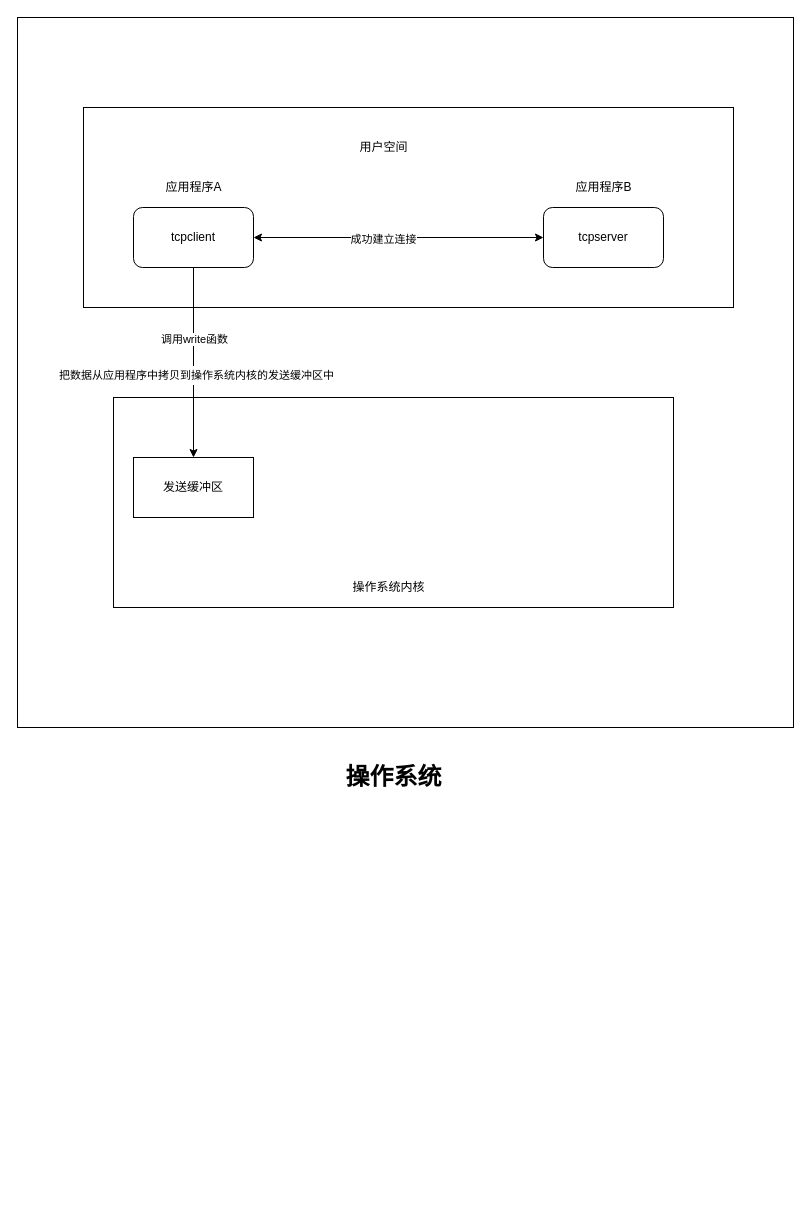
Before: drawio/network/套接字读写过程流程图.drawio in guitarock/my-pics, a draw.io diagram. Source tidied: cells renumbered, new cells numbered last; positions are measured from the earlier drawing's top-left corner, leaving out a move shared by most shapes. Both pictures are drawn from the tidied source at 100%, with x=0, y=0 at pixel (17, 17).
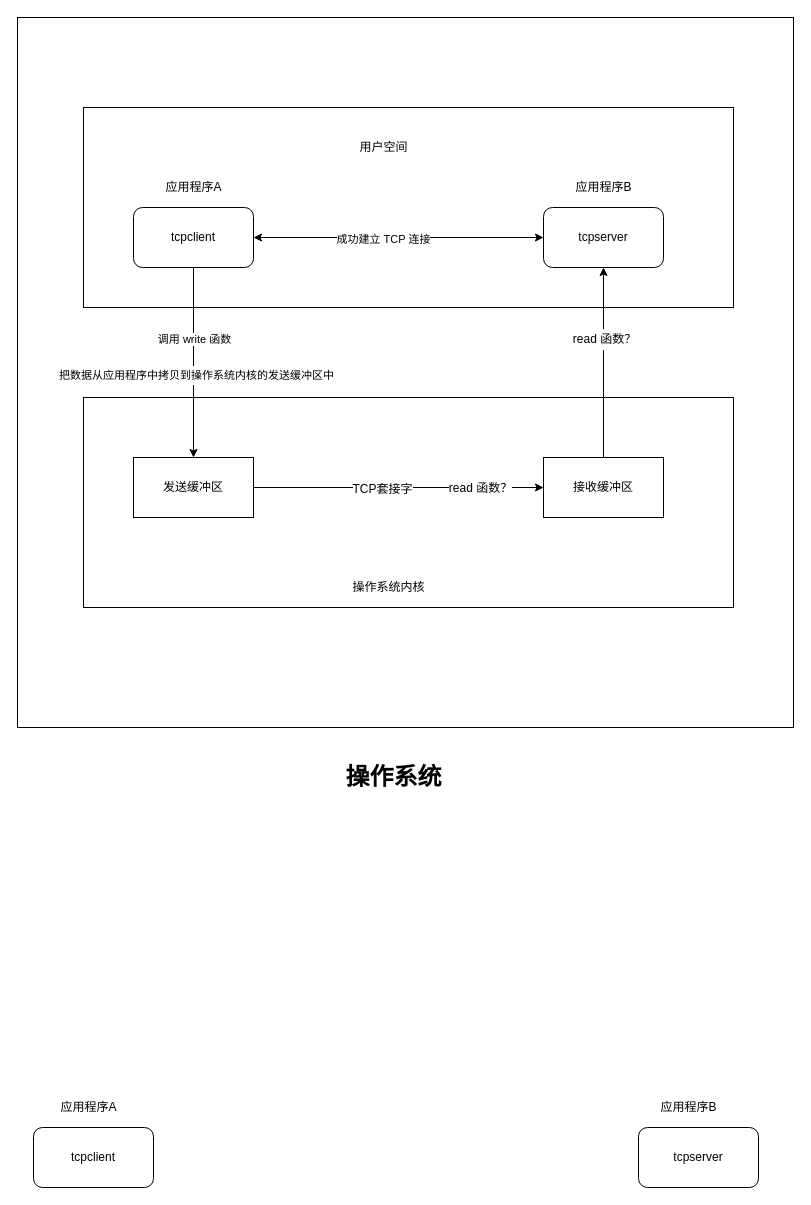
The same page after the edit.

Commit message:
更新套接字读写过程流程图.drawio

Unchanged cells that the change refers to:
```xml
<mxCell id="5" style="edgeStyle=orthogonalEdgeStyle;rounded=0;jettySize=auto;html=1;exitX=0.5;exitY=1;exitDx=0;exitDy=0;entryX=0.5;entryY=0;entryDx=0;entryDy=0;" parent="1" edge="1" source="9" target="12">
  <mxGeometry relative="1" as="geometry" />
</mxCell>
<mxCell id="10" value="tcpserver" style="rounded=1;whiteSpace=wrap;html=1;" parent="1" vertex="1">
  <mxGeometry x="526" y="190" width="120" height="60" as="geometry" />
</mxCell>
<mxCell id="12" value="发送缓冲区" style="rounded=0;whiteSpace=wrap;html=1;" parent="1" vertex="1">
  <mxGeometry x="116" y="440" width="120" height="60" as="geometry" />
</mxCell>
<mxCell id="15" style="endArrow=classic;startArrow=classic;html=1;rounded=0;entryX=0;entryY=0.5;entryDx=0;entryDy=0;" parent="1" edge="1" source="9" target="10">
  <mxGeometry relative="1" as="geometry" />
</mxCell>
```

What changed in the source:
```diff
@@
     <mxCell id="4" style="rounded=0;whiteSpace=wrap;html=1;" parent="1" vertex="1">
-      <mxGeometry x="96" y="380" width="560" height="210" as="geometry" />
+      <mxGeometry x="66" y="380" width="650" height="210" as="geometry" />
     </mxCell>
@@
-    <mxCell id="6" value="调用write函数" style="edgeLabel;html=1;align=center;verticalAlign=middle;" parent="5" vertex="1">
+    <mxCell id="6" value="调用 write 函数" style="edgeLabel;html=1;align=center;verticalAlign=middle;" parent="5" vertex="1">
       <mxGeometry x="-0.25" relative="1" as="geometry" />
     </mxCell>
@@
-    <mxCell id="16" value="成功建立连接" style="edgeLabel;html=1;align=center;verticalAlign=middle;" parent="15" vertex="1">
+    <mxCell id="16" value="成功建立 TCP 连接" style="edgeLabel;html=1;align=center;verticalAlign=middle;" parent="15" vertex="1">
       <mxGeometry x="-0.11" y="-1" relative="1" as="geometry" />
     </mxCell>
@@
+    <mxCell id="19" value="接收缓冲区" style="rounded=0;whiteSpace=wrap;html=1;" parent="1" vertex="1">
+      <mxGeometry x="526" y="440" width="120" height="60" as="geometry" />
+    </mxCell>
+    <mxCell id="20" style="endArrow=classic;html=1;rounded=0;entryX=0;entryY=0.5;entryDx=0;entryDy=0;exitX=1;exitY=0.5;exitDx=0;exitDy=0;" parent="1" edge="1" source="12" target="19">
+      <mxGeometry relative="1" as="geometry" />
+    </mxCell>
+    <mxCell id="21" value="&lt;div style=&quot;line-height: 1.75 ; text-align: left&quot;&gt;&lt;font style=&quot;font-size: 12px&quot;&gt;TCP套接字&lt;/font&gt;&lt;/div&gt;" style="edgeLabel;html=1;align=center;verticalAlign=middle;" parent="20" vertex="1">
+      <mxGeometry x="-0.12" y="-1" relative="1" as="geometry" />
+    </mxCell>
+    <mxCell id="22" value="&lt;span style=&quot;text-align: left&quot;&gt;read 函数？&lt;/span&gt;" style="edgeLabel;html=1;align=center;verticalAlign=middle;fontSize=12;" parent="20" vertex="1">
+      <mxGeometry x="0.56" relative="1" as="geometry" />
+    </mxCell>
+    <mxCell id="23" style="endArrow=classic;html=1;rounded=0;fontSize=12;entryX=0.5;entryY=1;entryDx=0;entryDy=0;exitX=0.5;exitY=0;exitDx=0;exitDy=0;" parent="1" edge="1" source="19" target="10">
+      <mxGeometry relative="1" as="geometry" />
+    </mxCell>
+    <mxCell id="24" value="&lt;div style=&quot;line-height: 1.75 ; text-align: left&quot;&gt;&lt;font style=&quot;font-size: 12px&quot;&gt;read 函数？&lt;/font&gt;&lt;/div&gt;" style="edgeLabel;html=1;align=center;verticalAlign=middle;fontSize=12;" parent="23" vertex="1">
+      <mxGeometry x="0.25" relative="1" as="geometry" />
+    </mxCell>
+    <mxCell id="25" value="tcpclient" style="rounded=1;whiteSpace=wrap;html=1;" parent="1" vertex="1">
+      <mxGeometry x="16" y="1110" width="120" height="60" as="geometry" />
+    </mxCell>
+    <mxCell id="26" value="tcpserver" style="rounded=1;whiteSpace=wrap;html=1;" parent="1" vertex="1">
+      <mxGeometry x="621" y="1110" width="120" height="60" as="geometry" />
+    </mxCell>
+    <mxCell id="27" value="应用程序B" style="text;html=1;align=center;verticalAlign=middle;strokeColor=none;fillColor=none;" parent="1" vertex="1">
+      <mxGeometry x="636" y="1080" width="70" height="20" as="geometry" />
+    </mxCell>
+    <mxCell id="28" value="应用程序A" style="text;html=1;align=center;verticalAlign=middle;strokeColor=none;fillColor=none;" parent="1" vertex="1">
+      <mxGeometry x="36" y="1080" width="70" height="20" as="geometry" />
+    </mxCell>
```
